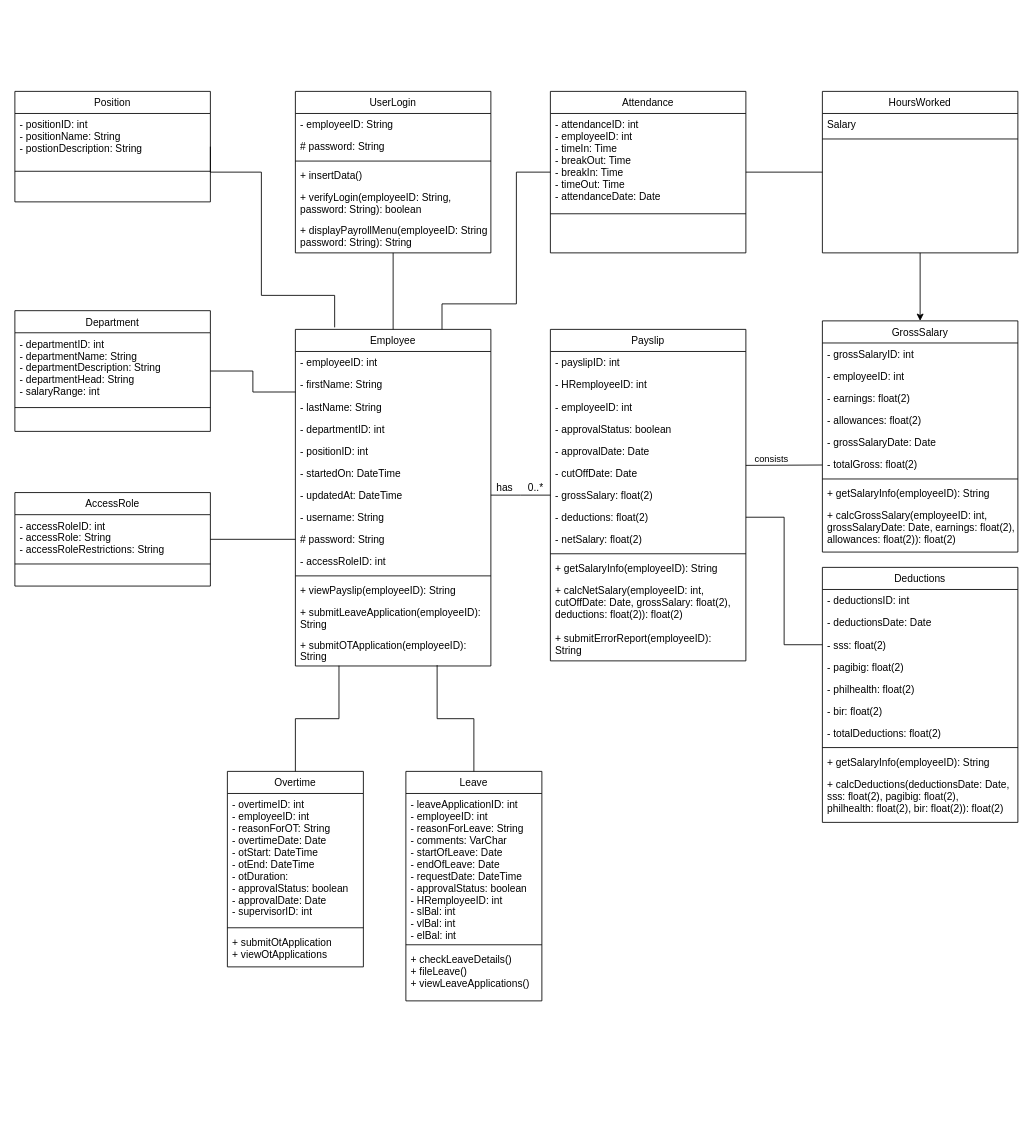
The draw.io diagram S2101 Team 3 OOP MotorPH Class Diagram.drawio in MichaelAngelLu/Computer-Programming, before the edit. Source tidied: cells renumbered, new cells numbered last; positions are measured from the earlier drawing's top-left corner, leaving out a move shared by most shapes. Both pictures are drawn from the tidied source at 85%, with x=0, y=0 at pixel (14, 91).
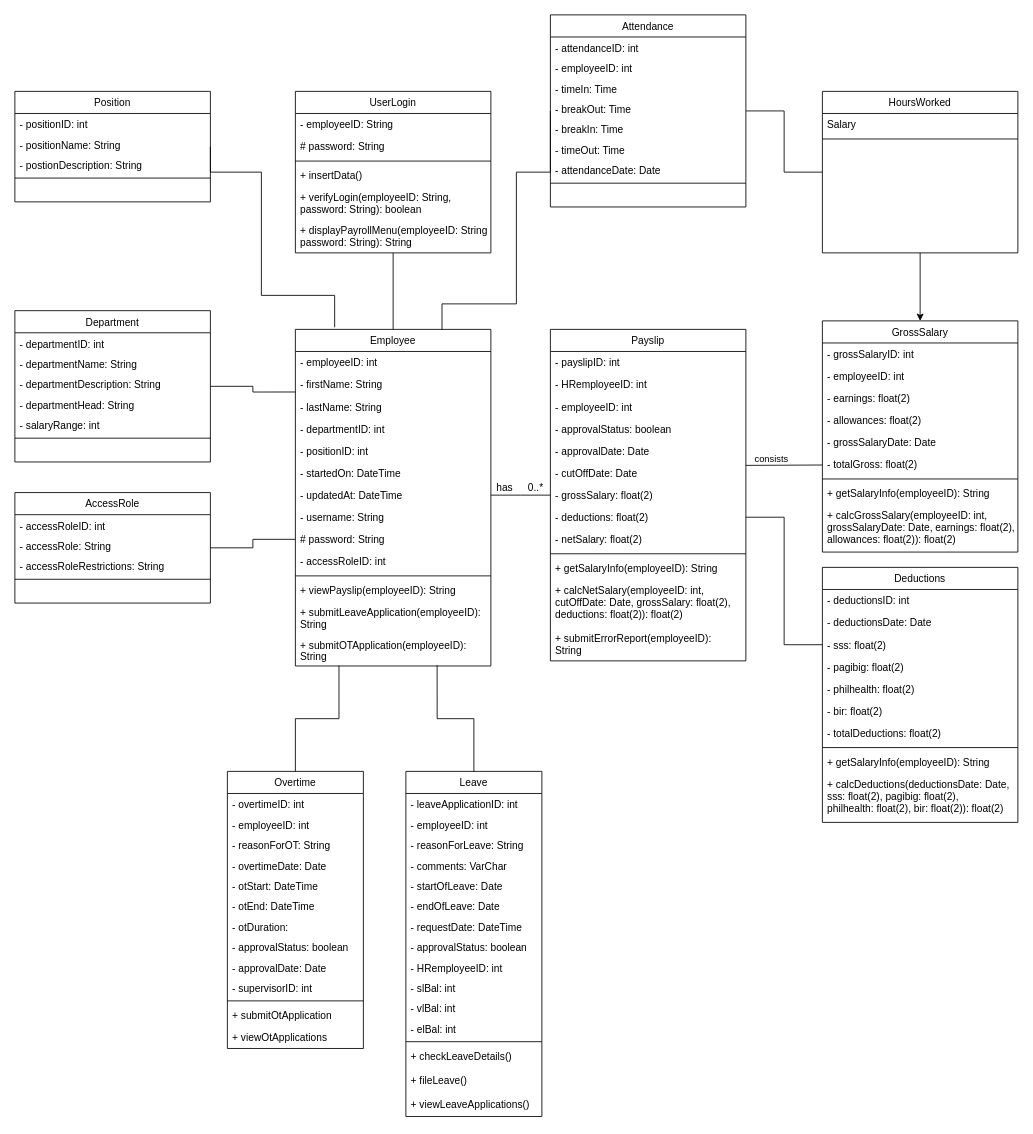
Above is the later version.

Unchanged cells that the change refers to:
```xml
<mxCell id="85" value="Position" style="swimlane;fontStyle=0;align=center;verticalAlign=top;horizontal=1;startSize=26;rounded=0;shadow=0;strokeWidth=1;" parent="1" vertex="1">
  <mxGeometry width="230" height="130" as="geometry" />
</mxCell>
```

Change to the diagram source:
```diff
@@
     <mxCell id="17" value="Overtime" style="swimlane;fontStyle=0;align=center;verticalAlign=top;horizontal=1;startSize=26;rounded=0;shadow=0;strokeWidth=1;" parent="1" vertex="1">
-      <mxGeometry x="250" y="800" width="160" height="230" as="geometry" />
+      <mxGeometry x="250" y="800" width="160" height="326" as="geometry" />
     </mxCell>
-    <mxCell id="18" value="- overtimeID: int&#10;- employeeID: int&#10;- reasonForOT: String&#10;- overtimeDate: Date&#10;- otStart: DateTime&#10;- otEnd: DateTime&#10;- otDuration: &#10;- approvalStatus: boolean&#10;- approvalDate: Date&#10;- supervisorID: int" style="text;align=left;verticalAlign=top;spacingLeft=4;spacingRight=4;overflow=hidden;" parent="17" vertex="1">
-      <mxGeometry y="26" width="160" height="154" as="geometry" />
+    <mxCell id="18" value="- overtimeID: int" style="text;align=left;verticalAlign=top;spacingLeft=4;spacingRight=4;overflow=hidden;" parent="17" vertex="1">
+      <mxGeometry y="26" width="160" height="24" as="geometry" />
     </mxCell>
+    <mxCell id="98" value="- employeeID: int" style="text;align=left;verticalAlign=top;spacingLeft=4;spacingRight=4;overflow=hidden;" parent="17" vertex="1">
+      <mxGeometry y="50" width="160" height="24" as="geometry" />
+    </mxCell>
+    <mxCell id="99" value="- reasonForOT: String" style="text;align=left;verticalAlign=top;spacingLeft=4;spacingRight=4;overflow=hidden;" parent="17" vertex="1">
+      <mxGeometry y="74" width="160" height="24" as="geometry" />
+    </mxCell>
+    <mxCell id="100" value="- overtimeDate: Date&#10;" style="text;align=left;verticalAlign=top;spacingLeft=4;spacingRight=4;overflow=hidden;" parent="17" vertex="1">
+      <mxGeometry y="98" width="160" height="24" as="geometry" />
+    </mxCell>
+    <mxCell id="101" value="- otStart: DateTime&#10;" style="text;align=left;verticalAlign=top;spacingLeft=4;spacingRight=4;overflow=hidden;" parent="17" vertex="1">
+      <mxGeometry y="122" width="160" height="24" as="geometry" />
+    </mxCell>
+    <mxCell id="102" value="- otEnd: DateTime&#10;" style="text;align=left;verticalAlign=top;spacingLeft=4;spacingRight=4;overflow=hidden;" parent="17" vertex="1">
+      <mxGeometry y="146" width="160" height="24" as="geometry" />
+    </mxCell>
+    <mxCell id="103" value="- otDuration: &#10;" style="text;align=left;verticalAlign=top;spacingLeft=4;spacingRight=4;overflow=hidden;" parent="17" vertex="1">
+      <mxGeometry y="170" width="160" height="24" as="geometry" />
+    </mxCell>
+    <mxCell id="104" value="- approvalStatus: boolean&#10;" style="text;align=left;verticalAlign=top;spacingLeft=4;spacingRight=4;overflow=hidden;" parent="17" vertex="1">
+      <mxGeometry y="194" width="160" height="24" as="geometry" />
+    </mxCell>
+    <mxCell id="105" value="- approvalDate: Date&#10;" style="text;align=left;verticalAlign=top;spacingLeft=4;spacingRight=4;overflow=hidden;" parent="17" vertex="1">
+      <mxGeometry y="218" width="160" height="24" as="geometry" />
+    </mxCell>
+    <mxCell id="106" value="- supervisorID: int" style="text;align=left;verticalAlign=top;spacingLeft=4;spacingRight=4;overflow=hidden;" parent="17" vertex="1">
+      <mxGeometry y="242" width="160" height="24" as="geometry" />
+    </mxCell>
     <mxCell id="19" style="line;html=1;strokeWidth=1;align=left;verticalAlign=middle;spacingTop=-1;spacingLeft=3;spacingRight=3;labelPosition=right;" parent="17" vertex="1">
-      <mxGeometry y="180" width="160" height="8" as="geometry" />
+      <mxGeometry y="266" width="160" height="8" as="geometry" />
     </mxCell>
-    <mxCell id="20" value="+ submitOtApplication&#10;+ viewOtApplications" style="text;align=left;verticalAlign=top;spacingLeft=4;spacingRight=4;overflow=hidden;fontStyle=0;" parent="17" vertex="1">
-      <mxGeometry y="188" width="160" height="42" as="geometry" />
+    <mxCell id="20" value="+ submitOtApplication" style="text;align=left;verticalAlign=top;spacingLeft=4;spacingRight=4;overflow=hidden;fontStyle=0;" parent="17" vertex="1">
+      <mxGeometry y="274" width="160" height="26" as="geometry" />
     </mxCell>
+    <mxCell id="107" value="+ viewOtApplications" style="text;align=left;verticalAlign=top;spacingLeft=4;spacingRight=4;overflow=hidden;fontStyle=0;" parent="17" vertex="1">
+      <mxGeometry y="300" width="160" height="26" as="geometry" />
+    </mxCell>
     <mxCell id="21" value="Leave" style="swimlane;fontStyle=0;align=center;verticalAlign=top;horizontal=1;startSize=26;rounded=0;shadow=0;strokeWidth=1;" parent="1" vertex="1">
-      <mxGeometry x="460" y="800" width="160" height="270" as="geometry" />
+      <mxGeometry x="460" y="800" width="160" height="406" as="geometry" />
     </mxCell>
-    <mxCell id="22" value="- leaveApplicationID: int&#10;- employeeID: int&#10;- reasonForLeave: String&#10;- comments: VarChar&#10;- startOfLeave: Date&#10;- endOfLeave: Date&#10;- requestDate: DateTime&#10;- approvalStatus: boolean&#10;- HRemployeeID: int&#10;- slBal: int&#10;- vlBal: int&#10;- elBal: int" style="text;align=left;verticalAlign=top;spacingLeft=4;spacingRight=4;overflow=hidden;" parent="21" vertex="1">
-      <mxGeometry y="26" width="160" height="174" as="geometry" />
+    <mxCell id="22" value="- leaveApplicationID: int" style="text;align=left;verticalAlign=top;spacingLeft=4;spacingRight=4;overflow=hidden;" parent="21" vertex="1">
+      <mxGeometry y="26" width="160" height="24" as="geometry" />
     </mxCell>
+    <mxCell id="108" value="- employeeID: int&#10;" style="text;align=left;verticalAlign=top;spacingLeft=4;spacingRight=4;overflow=hidden;" parent="21" vertex="1">
+      <mxGeometry y="50" width="160" height="24" as="geometry" />
+    </mxCell>
+    <mxCell id="109" value="- reasonForLeave: String&#10;" style="text;align=left;verticalAlign=top;spacingLeft=4;spacingRight=4;overflow=hidden;" parent="21" vertex="1">
+      <mxGeometry y="74" width="160" height="24" as="geometry" />
+    </mxCell>
+    <mxCell id="110" value="- comments: VarChar&#10;" style="text;align=left;verticalAlign=top;spacingLeft=4;spacingRight=4;overflow=hidden;" parent="21" vertex="1">
+      <mxGeometry y="98" width="160" height="24" as="geometry" />
+    </mxCell>
+    <mxCell id="111" value="- startOfLeave: Date&#10;" style="text;align=left;verticalAlign=top;spacingLeft=4;spacingRight=4;overflow=hidden;" parent="21" vertex="1">
+      <mxGeometry y="122" width="160" height="24" as="geometry" />
+    </mxCell>
+    <mxCell id="112" value="- endOfLeave: Date&#10;" style="text;align=left;verticalAlign=top;spacingLeft=4;spacingRight=4;overflow=hidden;" parent="21" vertex="1">
+      <mxGeometry y="146" width="160" height="24" as="geometry" />
+    </mxCell>
+    <mxCell id="113" value="- requestDate: DateTime&#10;" style="text;align=left;verticalAlign=top;spacingLeft=4;spacingRight=4;overflow=hidden;" parent="21" vertex="1">
+      <mxGeometry y="170" width="160" height="24" as="geometry" />
+    </mxCell>
+    <mxCell id="114" value="- approvalStatus: boolean&#10;" style="text;align=left;verticalAlign=top;spacingLeft=4;spacingRight=4;overflow=hidden;" parent="21" vertex="1">
+      <mxGeometry y="194" width="160" height="24" as="geometry" />
+    </mxCell>
+    <mxCell id="115" value="- HRemployeeID: int&#10;" style="text;align=left;verticalAlign=top;spacingLeft=4;spacingRight=4;overflow=hidden;" parent="21" vertex="1">
+      <mxGeometry y="218" width="160" height="24" as="geometry" />
+    </mxCell>
+    <mxCell id="116" value="- slBal: int&#10;" style="text;align=left;verticalAlign=top;spacingLeft=4;spacingRight=4;overflow=hidden;" parent="21" vertex="1">
+      <mxGeometry y="242" width="160" height="24" as="geometry" />
+    </mxCell>
+    <mxCell id="117" value="- vlBal: int&#10;" style="text;align=left;verticalAlign=top;spacingLeft=4;spacingRight=4;overflow=hidden;" parent="21" vertex="1">
+      <mxGeometry y="266" width="160" height="24" as="geometry" />
+    </mxCell>
+    <mxCell id="118" value="- elBal: int" style="text;align=left;verticalAlign=top;spacingLeft=4;spacingRight=4;overflow=hidden;" parent="21" vertex="1">
+      <mxGeometry y="290" width="160" height="24" as="geometry" />
+    </mxCell>
     <mxCell id="23" style="line;html=1;strokeWidth=1;align=left;verticalAlign=middle;spacingTop=-1;spacingLeft=3;spacingRight=3;labelPosition=right;" parent="21" vertex="1">
-      <mxGeometry y="200" width="160" height="8" as="geometry" />
+      <mxGeometry y="314" width="160" height="8" as="geometry" />
     </mxCell>
-    <mxCell id="24" value="+ checkLeaveDetails()&#10;+ fileLeave()&#10;+ viewLeaveApplications()" style="text;align=left;verticalAlign=top;spacingLeft=4;spacingRight=4;overflow=hidden;" parent="21" vertex="1">
-      <mxGeometry y="208" width="160" height="62" as="geometry" />
+    <mxCell id="24" value="+ checkLeaveDetails()&#10;" style="text;align=left;verticalAlign=top;spacingLeft=4;spacingRight=4;overflow=hidden;" parent="21" vertex="1">
+      <mxGeometry y="322" width="160" height="28" as="geometry" />
     </mxCell>
+    <mxCell id="119" value="+ fileLeave()" style="text;align=left;verticalAlign=top;spacingLeft=4;spacingRight=4;overflow=hidden;" parent="21" vertex="1">
+      <mxGeometry y="350" width="160" height="28" as="geometry" />
+    </mxCell>
+    <mxCell id="120" value="+ viewLeaveApplications()" style="text;align=left;verticalAlign=top;spacingLeft=4;spacingRight=4;overflow=hidden;" parent="21" vertex="1">
+      <mxGeometry y="378" width="160" height="28" as="geometry" />
+    </mxCell>
@@
     <mxCell id="75" value="Attendance" style="swimlane;fontStyle=0;align=center;verticalAlign=top;horizontal=1;startSize=26;rounded=0;shadow=0;strokeWidth=1;" parent="1" vertex="1">
-      <mxGeometry x="630" width="230" height="190" as="geometry" />
+      <mxGeometry x="630" y="-90" width="230" height="226" as="geometry" />
     </mxCell>
-    <mxCell id="76" value="- attendanceID: int&#10;- employeeID: int&#10;- timeIn: Time&#10;- breakOut: Time&#10;- breakIn: Time&#10;- timeOut: Time&#10;- attendanceDate: Date" style="text;align=left;verticalAlign=top;spacingLeft=4;spacingRight=4;overflow=hidden;" parent="75" vertex="1">
-      <mxGeometry y="26" width="230" height="114" as="geometry" />
+    <mxCell id="76" value="- attendanceID: int&#10;" style="text;align=left;verticalAlign=top;spacingLeft=4;spacingRight=4;overflow=hidden;" parent="75" vertex="1">
+      <mxGeometry y="26" width="230" height="24" as="geometry" />
     </mxCell>
+    <mxCell id="121" value="- employeeID: int&#10;" style="text;align=left;verticalAlign=top;spacingLeft=4;spacingRight=4;overflow=hidden;" parent="75" vertex="1">
+      <mxGeometry y="50" width="230" height="24" as="geometry" />
+    </mxCell>
+    <mxCell id="122" value="- timeIn: Time&#10;" style="text;align=left;verticalAlign=top;spacingLeft=4;spacingRight=4;overflow=hidden;" parent="75" vertex="1">
+      <mxGeometry y="74" width="230" height="24" as="geometry" />
+    </mxCell>
+    <mxCell id="123" value="- breakOut: Time&#10;" style="text;align=left;verticalAlign=top;spacingLeft=4;spacingRight=4;overflow=hidden;" parent="75" vertex="1">
+      <mxGeometry y="98" width="230" height="24" as="geometry" />
+    </mxCell>
+    <mxCell id="124" value="- breakIn: Time&#10;" style="text;align=left;verticalAlign=top;spacingLeft=4;spacingRight=4;overflow=hidden;" parent="75" vertex="1">
+      <mxGeometry y="122" width="230" height="24" as="geometry" />
+    </mxCell>
+    <mxCell id="125" value="- timeOut: Time&#10;" style="text;align=left;verticalAlign=top;spacingLeft=4;spacingRight=4;overflow=hidden;" parent="75" vertex="1">
+      <mxGeometry y="146" width="230" height="24" as="geometry" />
+    </mxCell>
+    <mxCell id="126" value="- attendanceDate: Date" style="text;align=left;verticalAlign=top;spacingLeft=4;spacingRight=4;overflow=hidden;" parent="75" vertex="1">
+      <mxGeometry y="170" width="230" height="24" as="geometry" />
+    </mxCell>
     <mxCell id="77" style="line;html=1;strokeWidth=1;align=left;verticalAlign=middle;spacingTop=-1;spacingLeft=3;spacingRight=3;labelPosition=right;" parent="75" vertex="1">
-      <mxGeometry y="140" width="230" height="8" as="geometry" />
+      <mxGeometry y="194" width="230" height="8" as="geometry" />
     </mxCell>
@@
-    <mxCell id="86" value="- positionID: int&#10;- positionName: String&#10;- postionDescription: String" style="text;align=left;verticalAlign=top;spacingLeft=4;spacingRight=4;overflow=hidden;" parent="85" vertex="1">
-      <mxGeometry y="26" width="230" height="64" as="geometry" />
+    <mxCell id="86" value="- positionID: int&#10;" style="text;align=left;verticalAlign=top;spacingLeft=4;spacingRight=4;overflow=hidden;" parent="85" vertex="1">
+      <mxGeometry y="26" width="230" height="24" as="geometry" />
     </mxCell>
+    <mxCell id="127" value="- positionName: String&#10;" style="text;align=left;verticalAlign=top;spacingLeft=4;spacingRight=4;overflow=hidden;" parent="85" vertex="1">
+      <mxGeometry y="50" width="230" height="24" as="geometry" />
+    </mxCell>
+    <mxCell id="128" value="- postionDescription: String" style="text;align=left;verticalAlign=top;spacingLeft=4;spacingRight=4;overflow=hidden;" parent="85" vertex="1">
+      <mxGeometry y="74" width="230" height="24" as="geometry" />
+    </mxCell>
     <mxCell id="87" style="line;html=1;strokeWidth=1;align=left;verticalAlign=middle;spacingTop=-1;spacingLeft=3;spacingRight=3;labelPosition=right;" parent="85" vertex="1">
-      <mxGeometry y="90" width="230" height="8" as="geometry" />
+      <mxGeometry y="98" width="230" height="8" as="geometry" />
     </mxCell>
     <mxCell id="88" value="Department" style="swimlane;fontStyle=0;align=center;verticalAlign=top;horizontal=1;startSize=26;rounded=0;shadow=0;strokeWidth=1;" parent="1" vertex="1">
-      <mxGeometry y="258" width="230" height="142" as="geometry" />
+      <mxGeometry y="258" width="230" height="178" as="geometry" />
     </mxCell>
-    <mxCell id="89" value="- departmentID: int&#10;- departmentName: String&#10;- departmentDescription: String&#10;- departmentHead: String&#10;- salaryRange: int" style="text;align=left;verticalAlign=top;spacingLeft=4;spacingRight=4;overflow=hidden;" parent="88" vertex="1">
-      <mxGeometry y="26" width="230" height="84" as="geometry" />
+    <mxCell id="89" value="- departmentID: int&#10;" style="text;align=left;verticalAlign=top;spacingLeft=4;spacingRight=4;overflow=hidden;" parent="88" vertex="1">
+      <mxGeometry y="26" width="230" height="24" as="geometry" />
     </mxCell>
+    <mxCell id="129" value="- departmentName: String&#10;" style="text;align=left;verticalAlign=top;spacingLeft=4;spacingRight=4;overflow=hidden;" parent="88" vertex="1">
+      <mxGeometry y="50" width="230" height="24" as="geometry" />
+    </mxCell>
+    <mxCell id="130" value="- departmentDescription: String&#10;" style="text;align=left;verticalAlign=top;spacingLeft=4;spacingRight=4;overflow=hidden;" parent="88" vertex="1">
+      <mxGeometry y="74" width="230" height="24" as="geometry" />
+    </mxCell>
+    <mxCell id="131" value="- departmentHead: String&#10;" style="text;align=left;verticalAlign=top;spacingLeft=4;spacingRight=4;overflow=hidden;" parent="88" vertex="1">
+      <mxGeometry y="98" width="230" height="24" as="geometry" />
+    </mxCell>
+    <mxCell id="132" value="- salaryRange: int" style="text;align=left;verticalAlign=top;spacingLeft=4;spacingRight=4;overflow=hidden;" parent="88" vertex="1">
+      <mxGeometry y="122" width="230" height="24" as="geometry" />
+    </mxCell>
     <mxCell id="90" style="line;html=1;strokeWidth=1;align=left;verticalAlign=middle;spacingTop=-1;spacingLeft=3;spacingRight=3;labelPosition=right;" parent="88" vertex="1">
-      <mxGeometry y="110" width="230" height="8" as="geometry" />
+      <mxGeometry y="146" width="230" height="8" as="geometry" />
     </mxCell>
@@
     <mxCell id="92" value="AccessRole" style="swimlane;fontStyle=0;align=center;verticalAlign=top;horizontal=1;startSize=26;rounded=0;shadow=0;strokeWidth=1;" parent="1" vertex="1">
-      <mxGeometry y="472" width="230" height="110" as="geometry" />
+      <mxGeometry y="472" width="230" height="130" as="geometry" />
     </mxCell>
-    <mxCell id="93" value="- accessRoleID: int&#10;- accessRole: String&#10;- accessRoleRestrictions: String" style="text;align=left;verticalAlign=top;spacingLeft=4;spacingRight=4;overflow=hidden;" parent="92" vertex="1">
-      <mxGeometry y="26" width="230" height="54" as="geometry" />
+    <mxCell id="93" value="- accessRoleID: int&#10;" style="text;align=left;verticalAlign=top;spacingLeft=4;spacingRight=4;overflow=hidden;" parent="92" vertex="1">
+      <mxGeometry y="26" width="230" height="24" as="geometry" />
     </mxCell>
+    <mxCell id="133" value="- accessRole: String" style="text;align=left;verticalAlign=top;spacingLeft=4;spacingRight=4;overflow=hidden;" parent="92" vertex="1">
+      <mxGeometry y="50" width="230" height="24" as="geometry" />
+    </mxCell>
+    <mxCell id="134" value="- accessRoleRestrictions: String" style="text;align=left;verticalAlign=top;spacingLeft=4;spacingRight=4;overflow=hidden;" parent="92" vertex="1">
+      <mxGeometry y="74" width="230" height="24" as="geometry" />
+    </mxCell>
     <mxCell id="94" style="line;html=1;strokeWidth=1;align=left;verticalAlign=middle;spacingTop=-1;spacingLeft=3;spacingRight=3;labelPosition=right;" parent="92" vertex="1">
-      <mxGeometry y="80" width="230" height="8" as="geometry" />
+      <mxGeometry y="98" width="230" height="8" as="geometry" />
     </mxCell>
```
